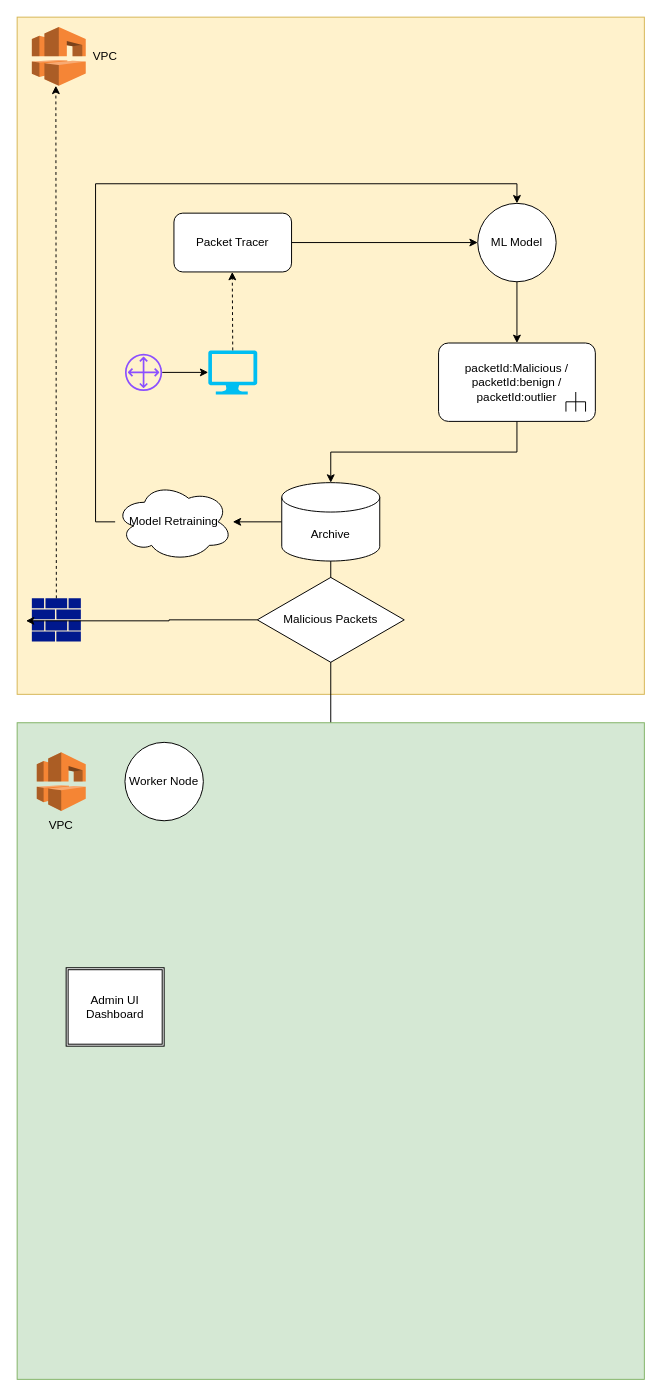
The draw.io diagram IoA.drawio in Priyank-Vaidya/IoA-Detection-System, before the edit. Source tidied: cells renumbered, new cells numbered last; positions are measured from the earlier drawing's top-left corner, leaving out a move shared by most shapes. Both pictures are drawn from the tidied source at 98%, with x=0, y=0 at pixel (17, 17).
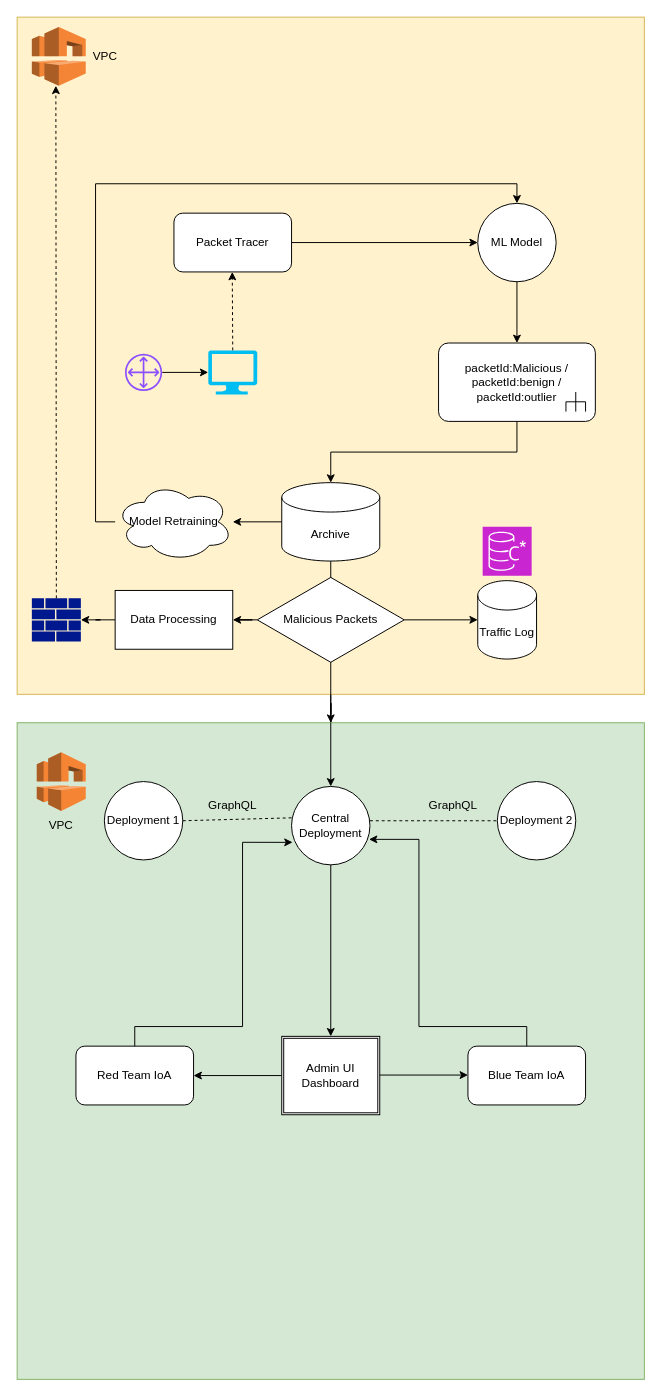
After the change.

The change refers to these unchanged cells:
```xml
<mxCell id="2" style="whiteSpace=wrap;html=1;verticalAlign=top;fillColor=#fff2cc;dashed=0;strokeColor=#d6b656;" parent="1" vertex="1">
  <mxGeometry width="640" height="691" as="geometry" />
</mxCell>
<mxCell id="20" style="whiteSpace=wrap;html=1;verticalAlign=top;fillColor=#d5e8d4;dashed=0;strokeColor=#82b366;" parent="1" vertex="1">
  <mxGeometry y="720" width="640" height="670" as="geometry" />
</mxCell>
<mxCell id="24" value="Malicious Packets" style="html=1;whiteSpace=wrap;shape=isoRectangle;" parent="1" vertex="1">
  <mxGeometry x="245" y="570" width="150" height="90" as="geometry" />
</mxCell>
<mxCell id="25" style="sketch=0;shadow=0;dashed=0;html=1;strokeColor=none;labelPosition=center;verticalLabelPosition=bottom;verticalAlign=top;align=center;fillColor=#00188D;shape=mxgraph.mscae.enterprise.firewall;" parent="1" vertex="1">
  <mxGeometry x="15" y="593" width="50" height="44" as="geometry" />
</mxCell>
```

Diff of the diagram source:
```diff
@@
+    <mxCell id="29" style="edgeStyle=orthogonalEdgeStyle;rounded=0;jettySize=auto;html=1;" parent="1" edge="1" source="2" target="20">
+      <mxGeometry relative="1" as="geometry" />
+    </mxCell>
@@
+    <mxCell id="30" style="edgeStyle=orthogonalEdgeStyle;rounded=0;jettySize=auto;html=1;entryX=0.5;entryY=0;entryDx=0;entryDy=0;" parent="1" edge="1" source="20">
+      <mxGeometry relative="1" as="geometry">
+        <mxPoint x="320" y="890" as="targetPoint" />
+      </mxGeometry>
+    </mxCell>
@@
+    <mxCell id="31" style="edgeStyle=orthogonalEdgeStyle;rounded=0;jettySize=auto;html=1;entryX=1;entryY=0.5;entryDx=0;entryDy=0;" parent="1" edge="1" source="23" target="46">
+      <mxGeometry relative="1" as="geometry" />
+    </mxCell>
     <mxCell id="23" value="Admin UI Dashboard" style="shape=ext;double=1;rounded=0;whiteSpace=wrap;html=1;" parent="1" vertex="1">
-      <mxGeometry x="50" y="970" width="100" height="80" as="geometry" />
+      <mxGeometry x="270" y="1040" width="100" height="80" as="geometry" />
     </mxCell>
@@
-    <mxCell id="26" style="edgeStyle=orthogonalEdgeStyle;rounded=0;jettySize=auto;html=1;entryX=-0.12;entryY=0.523;entryDx=0;entryDy=0;entryPerimeter=0;" parent="1" edge="1" source="24" target="25">
-      <mxGeometry relative="1" as="geometry" />
-    </mxCell>
@@
+    <mxCell id="32" value="Traffic Log" style="shape=cylinder3;whiteSpace=wrap;html=1;boundedLbl=1;backgroundOutline=1;size=15;" parent="1" vertex="1">
+      <mxGeometry x="470" y="575" width="60" height="80" as="geometry" />
+    </mxCell>
+    <mxCell id="33" style="edgeStyle=orthogonalEdgeStyle;rounded=0;jettySize=auto;html=1;entryX=0;entryY=0.5;entryDx=0;entryDy=0;entryPerimeter=0;" parent="1" edge="1" source="24" target="32">
+      <mxGeometry relative="1" as="geometry" />
+    </mxCell>
+    <mxCell id="34" style="edgeStyle=orthogonalEdgeStyle;rounded=0;jettySize=auto;html=1;entryX=1;entryY=0.5;entryDx=0;entryDy=0;entryPerimeter=0;" parent="1" edge="1" source="37" target="25">
+      <mxGeometry relative="1" as="geometry" />
+    </mxCell>
+    <mxCell id="35" style="sketch=0;fontColor=#232F3E;fillColor=#C925D1;strokeColor=#ffffff;dashed=0;verticalLabelPosition=bottom;verticalAlign=top;align=center;html=1;fontSize=12;fontStyle=0;shape=mxgraph.aws4.resourceIcon;resIcon=mxgraph.aws4.managed_apache_cassandra_service;" parent="1" vertex="1">
+      <mxGeometry x="475" y="520" width="50" height="50" as="geometry" />
+    </mxCell>
+    <mxCell id="36" style="edgeStyle=orthogonalEdgeStyle;rounded=0;jettySize=auto;html=1;entryX=1;entryY=0.5;entryDx=0;entryDy=0;entryPerimeter=0;" parent="1" edge="1" source="24" target="37">
+      <mxGeometry relative="1" as="geometry" />
+    </mxCell>
+    <mxCell id="37" value="Data Processing" style="rounded=0;whiteSpace=wrap;html=1;" parent="1" vertex="1">
+      <mxGeometry x="100" y="585" width="120" height="60" as="geometry" />
+    </mxCell>
+    <mxCell id="38" style="edgeStyle=orthogonalEdgeStyle;rounded=0;jettySize=auto;html=1;entryX=0.5;entryY=0;entryDx=0;entryDy=0;" parent="1" edge="1" source="20" target="28">
+      <mxGeometry relative="1" as="geometry" />
+    </mxCell>
+    <mxCell id="39" style="edgeStyle=orthogonalEdgeStyle;rounded=0;jettySize=auto;html=1;entryX=0.5;entryY=0;entryDx=0;entryDy=0;" parent="1" edge="1" source="28" target="23">
+      <mxGeometry relative="1" as="geometry" />
+    </mxCell>
-    <mxCell id="28" value="Worker Node" style="ellipse;whiteSpace=wrap;html=1;" parent="1" vertex="1">
-      <mxGeometry x="110" y="740" width="80" height="80" as="geometry" />
+    <mxCell id="28" value="Central Deployment" style="ellipse;whiteSpace=wrap;html=1;" parent="1" vertex="1">
+      <mxGeometry x="280" y="785" width="80" height="80" as="geometry" />
     </mxCell>
+    <mxCell id="40" value="Deployment 2" style="ellipse;whiteSpace=wrap;html=1;" parent="1" vertex="1">
+      <mxGeometry x="490" y="780" width="80" height="80" as="geometry" />
+    </mxCell>
+    <mxCell id="41" style="endArrow=none;dashed=1;html=1;rounded=0;entryX=0;entryY=0.5;entryDx=0;entryDy=0;" parent="1" edge="1" target="40">
+      <mxGeometry relative="1" as="geometry">
+        <mxPoint x="360" y="820" as="sourcePoint" />
+      </mxGeometry>
+    </mxCell>
+    <mxCell id="42" value="GraphQL" style="text;html=1;strokeColor=none;fillColor=none;align=center;verticalAlign=middle;whiteSpace=wrap;rounded=0;" parent="1" vertex="1">
+      <mxGeometry x="415" y="790" width="60" height="30" as="geometry" />
+    </mxCell>
+    <mxCell id="43" value="Deployment 1" style="ellipse;whiteSpace=wrap;html=1;" parent="1" vertex="1">
+      <mxGeometry x="89" y="780" width="80" height="80" as="geometry" />
+    </mxCell>
+    <mxCell id="44" style="endArrow=none;dashed=1;html=1;rounded=0;exitX=1;exitY=0.5;exitDx=0;exitDy=0;entryX=0.013;entryY=0.4;entryDx=0;entryDy=0;entryPerimeter=0;" parent="1" edge="1" source="43" target="28">
+      <mxGeometry relative="1" as="geometry" />
+    </mxCell>
+    <mxCell id="45" value="GraphQL" style="text;html=1;strokeColor=none;fillColor=none;align=center;verticalAlign=middle;whiteSpace=wrap;rounded=0;" parent="1" vertex="1">
+      <mxGeometry x="190" y="790" width="60" height="30" as="geometry" />
+    </mxCell>
+    <mxCell id="46" value="Red Team IoA" style="rounded=1;whiteSpace=wrap;html=1;" parent="1" vertex="1">
+      <mxGeometry x="60" y="1050" width="120" height="60" as="geometry" />
+    </mxCell>
+    <mxCell id="47" value="Blue Team IoA" style="rounded=1;whiteSpace=wrap;html=1;" parent="1" vertex="1">
+      <mxGeometry x="460" y="1050" width="120" height="60" as="geometry" />
+    </mxCell>
+    <mxCell id="48" style="edgeStyle=orthogonalEdgeStyle;rounded=0;orthogonalLoop=1;jettySize=auto;html=1;entryX=1;entryY=0.5;entryDx=0;entryDy=0;" parent="1" edge="1">
+      <mxGeometry relative="1" as="geometry">
+        <mxPoint x="370" y="1079.5" as="sourcePoint" />
+        <mxPoint x="460" y="1079.5" as="targetPoint" />
+      </mxGeometry>
+    </mxCell>
+    <mxCell id="49" style="edgeStyle=orthogonalEdgeStyle;rounded=0;jettySize=auto;html=1;entryX=0.988;entryY=0.675;entryDx=0;entryDy=0;entryPerimeter=0;" parent="1" edge="1" source="47" target="28">
+      <mxGeometry relative="1" as="geometry">
+        <Array as="points">
+          <mxPoint x="520" y="1030" />
+          <mxPoint x="410" y="1030" />
+          <mxPoint x="410" y="839" />
+        </Array>
+      </mxGeometry>
+    </mxCell>
+    <mxCell id="50" style="edgeStyle=orthogonalEdgeStyle;rounded=0;jettySize=auto;html=1;entryX=0.013;entryY=0.713;entryDx=0;entryDy=0;entryPerimeter=0;" parent="1" edge="1" source="46" target="28">
+      <mxGeometry relative="1" as="geometry">
+        <Array as="points">
+          <mxPoint x="120" y="1030" />
+          <mxPoint x="230" y="1030" />
+          <mxPoint x="230" y="842" />
+        </Array>
+      </mxGeometry>
+    </mxCell>
```
